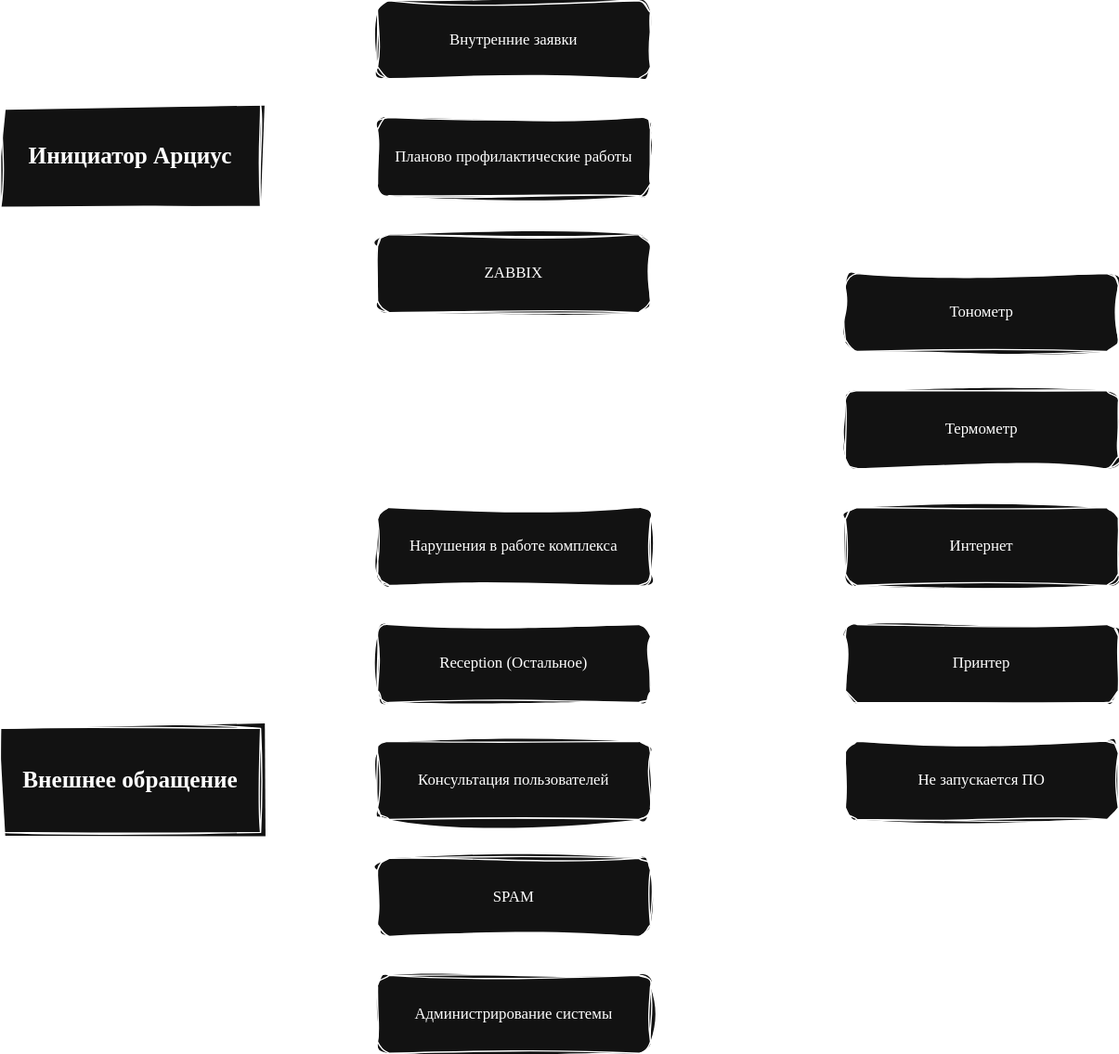
Above: test.drawio.svg in KhatsaevK/drawio (draw.io), before the change. Source tidied: cells renumbered, new cells last; positions are measured from the earlier drawing's top-left corner, leaving out a move shared by most shapes. The source it was exported from:
```xml
<mxGraphModel>
  <root>
    <mxCell id="0" />
    <mxCell id="1" parent="0" />
    <mxCell id="2" style="edgeStyle=orthogonalEdgeStyle;rounded=0;sketch=1;hachureGap=4;jiggle=2;curveFitting=1;jettySize=auto;html=1;exitX=1;exitY=0;exitDx=0;exitDy=0;fontFamily=Architects Daughter;fontSource=https%3A%2F%2Ffonts.googleapis.com%2Fcss%3Ffamily%3DArchitects%2BDaughter;entryX=0;entryY=0.5;entryDx=0;entryDy=0;" parent="1" edge="1" source="5" target="12">
      <mxGeometry relative="1" as="geometry" />
    </mxCell>
    <mxCell id="3" style="edgeStyle=orthogonalEdgeStyle;rounded=0;sketch=1;hachureGap=4;jiggle=2;curveFitting=1;jettySize=auto;html=1;exitX=1;exitY=1;exitDx=0;exitDy=0;fontFamily=Architects Daughter;fontSource=https%3A%2F%2Ffonts.googleapis.com%2Fcss%3Ffamily%3DArchitects%2BDaughter;entryX=0;entryY=0.5;entryDx=0;entryDy=0;" parent="1" edge="1" source="5" target="14">
      <mxGeometry relative="1" as="geometry" />
    </mxCell>
    <mxCell id="4" style="edgeStyle=orthogonalEdgeStyle;rounded=0;sketch=1;hachureGap=4;jiggle=2;curveFitting=1;jettySize=auto;html=1;exitX=1;exitY=0.5;exitDx=0;exitDy=0;entryX=0;entryY=0.5;entryDx=0;entryDy=0;fontFamily=Architects Daughter;fontSource=https%3A%2F%2Ffonts.googleapis.com%2Fcss%3Ffamily%3DArchitects%2BDaughter;" parent="1" edge="1" source="5" target="13">
      <mxGeometry relative="1" as="geometry" />
    </mxCell>
    <mxCell id="5" value="&lt;h2&gt;&lt;font face=&quot;Times New Roman&quot;&gt;Инициатор Арциус&lt;/font&gt;&lt;/h2&gt;" style="rounded=0;whiteSpace=wrap;html=1;sketch=1;hachureGap=4;jiggle=2;curveFitting=1;fontFamily=Architects Daughter;fontSource=https%3A%2F%2Ffonts.googleapis.com%2Fcss%3Ffamily%3DArchitects%2BDaughter;" parent="1" vertex="1">
      <mxGeometry y="80" width="200" height="80" as="geometry" />
    </mxCell>
    <mxCell id="6" style="edgeStyle=orthogonalEdgeStyle;rounded=0;sketch=1;hachureGap=4;jiggle=2;curveFitting=1;jettySize=auto;html=1;exitX=1;exitY=0;exitDx=0;exitDy=0;entryX=0;entryY=0.5;entryDx=0;entryDy=0;fontFamily=Architects Daughter;fontSource=https%3A%2F%2Ffonts.googleapis.com%2Fcss%3Ffamily%3DArchitects%2BDaughter;" parent="1" edge="1" source="11" target="20">
      <mxGeometry relative="1" as="geometry" />
    </mxCell>
    <mxCell id="7" style="edgeStyle=orthogonalEdgeStyle;rounded=0;sketch=1;hachureGap=4;jiggle=2;curveFitting=1;jettySize=auto;html=1;exitX=1;exitY=0.25;exitDx=0;exitDy=0;entryX=0;entryY=0.5;entryDx=0;entryDy=0;fontFamily=Architects Daughter;fontSource=https%3A%2F%2Ffonts.googleapis.com%2Fcss%3Ffamily%3DArchitects%2BDaughter;" parent="1" edge="1" source="11" target="21">
      <mxGeometry relative="1" as="geometry" />
    </mxCell>
    <mxCell id="8" style="edgeStyle=orthogonalEdgeStyle;rounded=0;sketch=1;hachureGap=4;jiggle=2;curveFitting=1;jettySize=auto;html=1;exitX=1;exitY=0.5;exitDx=0;exitDy=0;fontFamily=Architects Daughter;fontSource=https%3A%2F%2Ffonts.googleapis.com%2Fcss%3Ffamily%3DArchitects%2BDaughter;" parent="1" edge="1" source="11" target="22">
      <mxGeometry relative="1" as="geometry" />
    </mxCell>
    <mxCell id="9" style="edgeStyle=orthogonalEdgeStyle;rounded=0;sketch=1;hachureGap=4;jiggle=2;curveFitting=1;jettySize=auto;html=1;exitX=1;exitY=0.75;exitDx=0;exitDy=0;entryX=0;entryY=0.5;entryDx=0;entryDy=0;fontFamily=Architects Daughter;fontSource=https%3A%2F%2Ffonts.googleapis.com%2Fcss%3Ffamily%3DArchitects%2BDaughter;" parent="1" edge="1" source="11" target="23">
      <mxGeometry relative="1" as="geometry" />
    </mxCell>
    <mxCell id="10" style="edgeStyle=orthogonalEdgeStyle;rounded=0;sketch=1;hachureGap=4;jiggle=2;curveFitting=1;jettySize=auto;html=1;exitX=1;exitY=1;exitDx=0;exitDy=0;entryX=0;entryY=0.5;entryDx=0;entryDy=0;fontFamily=Architects Daughter;fontSource=https%3A%2F%2Ffonts.googleapis.com%2Fcss%3Ffamily%3DArchitects%2BDaughter;" parent="1" edge="1" source="11" target="24">
      <mxGeometry relative="1" as="geometry" />
    </mxCell>
    <mxCell id="11" value="&lt;h2&gt;&lt;font face=&quot;Times New Roman&quot;&gt;Внешнее обращение&lt;/font&gt;&lt;/h2&gt;" style="rounded=0;whiteSpace=wrap;html=1;sketch=1;hachureGap=4;jiggle=2;curveFitting=1;fontFamily=Architects Daughter;fontSource=https%3A%2F%2Ffonts.googleapis.com%2Fcss%3Ffamily%3DArchitects%2BDaughter;" parent="1" vertex="1">
      <mxGeometry y="560" width="200" height="80" as="geometry" />
    </mxCell>
    <mxCell id="12" value="Внутренние заявки" style="rounded=1;whiteSpace=wrap;html=1;sketch=1;hachureGap=4;jiggle=2;curveFitting=1;fontFamily=Times New Roman;" parent="1" vertex="1">
      <mxGeometry x="290" width="210" height="60" as="geometry" />
    </mxCell>
    <mxCell id="13" value="Планово профилактические работы" style="rounded=1;whiteSpace=wrap;html=1;sketch=1;hachureGap=4;jiggle=2;curveFitting=1;fontFamily=Times New Roman;" parent="1" vertex="1">
      <mxGeometry x="290" y="90" width="210" height="60" as="geometry" />
    </mxCell>
    <mxCell id="14" value="ZABBIX" style="rounded=1;whiteSpace=wrap;html=1;sketch=1;hachureGap=4;jiggle=2;curveFitting=1;fontFamily=Times New Roman;" parent="1" vertex="1">
      <mxGeometry x="290" y="180" width="210" height="60" as="geometry" />
    </mxCell>
    <mxCell id="15" style="edgeStyle=orthogonalEdgeStyle;rounded=0;sketch=1;hachureGap=4;jiggle=2;curveFitting=1;jettySize=auto;html=1;exitX=1;exitY=0;exitDx=0;exitDy=0;entryX=0;entryY=0.5;entryDx=0;entryDy=0;fontFamily=Architects Daughter;fontSource=https%3A%2F%2Ffonts.googleapis.com%2Fcss%3Ffamily%3DArchitects%2BDaughter;" parent="1" edge="1" source="20" target="25">
      <mxGeometry relative="1" as="geometry">
        <Array as="points">
          <mxPoint x="530" y="390" />
          <mxPoint x="530" y="240" />
        </Array>
      </mxGeometry>
    </mxCell>
    <mxCell id="16" style="edgeStyle=orthogonalEdgeStyle;rounded=0;sketch=1;hachureGap=4;jiggle=2;curveFitting=1;jettySize=auto;html=1;exitX=1;exitY=0.25;exitDx=0;exitDy=0;entryX=0;entryY=0.5;entryDx=0;entryDy=0;fontFamily=Architects Daughter;fontSource=https%3A%2F%2Ffonts.googleapis.com%2Fcss%3Ffamily%3DArchitects%2BDaughter;" parent="1" edge="1" source="20" target="26">
      <mxGeometry relative="1" as="geometry" />
    </mxCell>
    <mxCell id="17" style="edgeStyle=orthogonalEdgeStyle;rounded=0;sketch=1;hachureGap=4;jiggle=2;curveFitting=1;jettySize=auto;html=1;exitX=1;exitY=0.5;exitDx=0;exitDy=0;entryX=0;entryY=0.5;entryDx=0;entryDy=0;fontFamily=Architects Daughter;fontSource=https%3A%2F%2Ffonts.googleapis.com%2Fcss%3Ffamily%3DArchitects%2BDaughter;" parent="1" edge="1" source="20" target="27">
      <mxGeometry relative="1" as="geometry" />
    </mxCell>
    <mxCell id="18" style="edgeStyle=orthogonalEdgeStyle;rounded=0;sketch=1;hachureGap=4;jiggle=2;curveFitting=1;jettySize=auto;html=1;exitX=1;exitY=0.75;exitDx=0;exitDy=0;entryX=0;entryY=0.5;entryDx=0;entryDy=0;fontFamily=Architects Daughter;fontSource=https%3A%2F%2Ffonts.googleapis.com%2Fcss%3Ffamily%3DArchitects%2BDaughter;" parent="1" edge="1" source="20" target="28">
      <mxGeometry relative="1" as="geometry" />
    </mxCell>
    <mxCell id="19" style="edgeStyle=orthogonalEdgeStyle;rounded=0;sketch=1;hachureGap=4;jiggle=2;curveFitting=1;jettySize=auto;html=1;exitX=1;exitY=1;exitDx=0;exitDy=0;entryX=0;entryY=0.5;entryDx=0;entryDy=0;fontFamily=Architects Daughter;fontSource=https%3A%2F%2Ffonts.googleapis.com%2Fcss%3Ffamily%3DArchitects%2BDaughter;" parent="1" edge="1" source="20" target="29">
      <mxGeometry relative="1" as="geometry">
        <Array as="points">
          <mxPoint x="530" y="450" />
          <mxPoint x="530" y="600" />
        </Array>
      </mxGeometry>
    </mxCell>
    <mxCell id="20" value="Нарушения в работе комплекса" style="rounded=1;whiteSpace=wrap;html=1;sketch=1;hachureGap=4;jiggle=2;curveFitting=1;fontFamily=Times New Roman;" parent="1" vertex="1">
      <mxGeometry x="290" y="390" width="210" height="60" as="geometry" />
    </mxCell>
    <mxCell id="21" value="Reception (Остальное)" style="rounded=1;whiteSpace=wrap;html=1;sketch=1;hachureGap=4;jiggle=2;curveFitting=1;fontFamily=Times New Roman;" parent="1" vertex="1">
      <mxGeometry x="290" y="480" width="210" height="60" as="geometry" />
    </mxCell>
    <mxCell id="22" value="Консультация пользователей" style="rounded=1;whiteSpace=wrap;html=1;sketch=1;hachureGap=4;jiggle=2;curveFitting=1;fontFamily=Times New Roman;" parent="1" vertex="1">
      <mxGeometry x="290" y="570" width="210" height="60" as="geometry" />
    </mxCell>
    <mxCell id="23" value="SPAM" style="rounded=1;whiteSpace=wrap;html=1;sketch=1;hachureGap=4;jiggle=2;curveFitting=1;fontFamily=Times New Roman;" parent="1" vertex="1">
      <mxGeometry x="290" y="660" width="210" height="60" as="geometry" />
    </mxCell>
    <mxCell id="24" value="Администрирование системы" style="rounded=1;whiteSpace=wrap;html=1;sketch=1;hachureGap=4;jiggle=2;curveFitting=1;fontFamily=Times New Roman;" parent="1" vertex="1">
      <mxGeometry x="290" y="750" width="210" height="60" as="geometry" />
    </mxCell>
    <mxCell id="25" value="Тонометр" style="rounded=1;whiteSpace=wrap;html=1;sketch=1;hachureGap=4;jiggle=2;curveFitting=1;fontFamily=Times New Roman;" parent="1" vertex="1">
      <mxGeometry x="650" y="210" width="210" height="60" as="geometry" />
    </mxCell>
    <mxCell id="26" value="Термометр" style="rounded=1;whiteSpace=wrap;html=1;sketch=1;hachureGap=4;jiggle=2;curveFitting=1;fontFamily=Times New Roman;" parent="1" vertex="1">
      <mxGeometry x="650" y="300" width="210" height="60" as="geometry" />
    </mxCell>
    <mxCell id="27" value="Интернет" style="rounded=1;whiteSpace=wrap;html=1;sketch=1;hachureGap=4;jiggle=2;curveFitting=1;fontFamily=Times New Roman;" parent="1" vertex="1">
      <mxGeometry x="650" y="390" width="210" height="60" as="geometry" />
    </mxCell>
    <mxCell id="28" value="Принтер" style="rounded=1;whiteSpace=wrap;html=1;sketch=1;hachureGap=4;jiggle=2;curveFitting=1;fontFamily=Times New Roman;" parent="1" vertex="1">
      <mxGeometry x="650" y="480" width="210" height="60" as="geometry" />
    </mxCell>
    <mxCell id="29" value="Не запускается ПО" style="rounded=1;whiteSpace=wrap;html=1;sketch=1;hachureGap=4;jiggle=2;curveFitting=1;fontFamily=Times New Roman;" parent="1" vertex="1">
      <mxGeometry x="650" y="570" width="210" height="60" as="geometry" />
    </mxCell>
  </root>
</mxGraphModel>
```
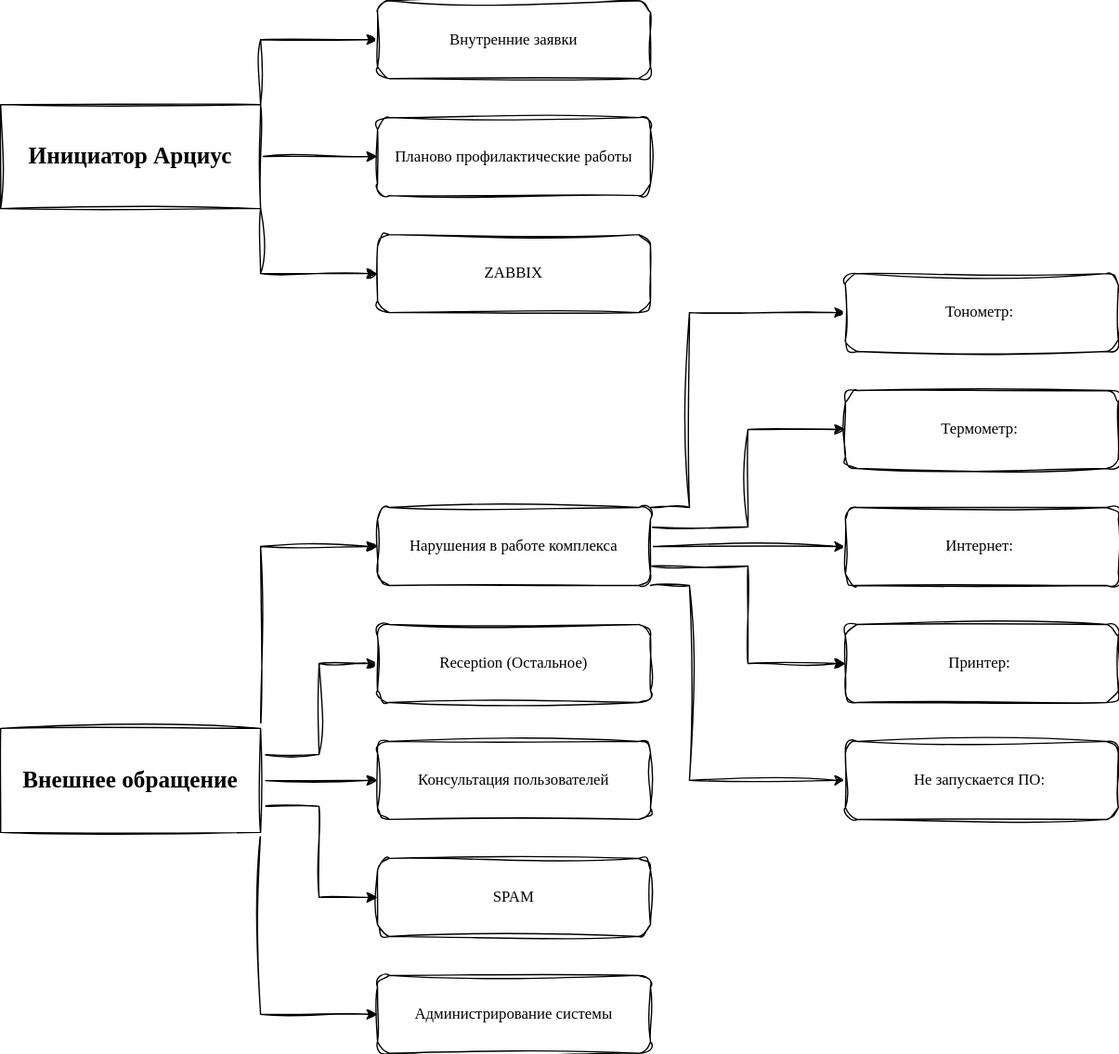
Above is the later version.

Change to the diagram source:
```diff
@@ -41,7 +41,7 @@
     <mxCell id="14" value="ZABBIX" style="rounded=1;whiteSpace=wrap;html=1;sketch=1;hachureGap=4;jiggle=2;curveFitting=1;fontFamily=Times New Roman;" parent="1" vertex="1">
       <mxGeometry x="290" y="180" width="210" height="60" as="geometry" />
     </mxCell>
-    <mxCell id="15" style="edgeStyle=orthogonalEdgeStyle;rounded=0;sketch=1;hachureGap=4;jiggle=2;curveFitting=1;jettySize=auto;html=1;exitX=1;exitY=0;exitDx=0;exitDy=0;entryX=0;entryY=0.5;entryDx=0;entryDy=0;fontFamily=Architects Daughter;fontSource=https%3A%2F%2Ffonts.googleapis.com%2Fcss%3Ffamily%3DArchitects%2BDaughter;" parent="1" edge="1" source="20" target="25">
+    <mxCell id="15" style="edgeStyle=orthogonalEdgeStyle;rounded=0;sketch=1;hachureGap=4;jiggle=2;curveFitting=1;jettySize=auto;html=1;exitX=1;exitY=0;exitDx=0;exitDy=0;entryX=0;entryY=0.5;entryDx=0;entryDy=0;fontFamily=Architects Daughter;fontSource=https%3A%2F%2Ffonts.googleapis.com%2Fcss%3Ffamily%3DArchitects%2BDaughter;" parent="1" edge="1" source="20" target="30">
       <mxGeometry relative="1" as="geometry">
         <Array as="points">
           <mxPoint x="530" y="390" />
@@ -49,16 +49,16 @@
         </Array>
       </mxGeometry>
     </mxCell>
-    <mxCell id="16" style="edgeStyle=orthogonalEdgeStyle;rounded=0;sketch=1;hachureGap=4;jiggle=2;curveFitting=1;jettySize=auto;html=1;exitX=1;exitY=0.25;exitDx=0;exitDy=0;entryX=0;entryY=0.5;entryDx=0;entryDy=0;fontFamily=Architects Daughter;fontSource=https%3A%2F%2Ffonts.googleapis.com%2Fcss%3Ffamily%3DArchitects%2BDaughter;" parent="1" edge="1" source="20" target="26">
+    <mxCell id="16" style="edgeStyle=orthogonalEdgeStyle;rounded=0;sketch=1;hachureGap=4;jiggle=2;curveFitting=1;jettySize=auto;html=1;exitX=1;exitY=0.25;exitDx=0;exitDy=0;entryX=0;entryY=0.5;entryDx=0;entryDy=0;fontFamily=Architects Daughter;fontSource=https%3A%2F%2Ffonts.googleapis.com%2Fcss%3Ffamily%3DArchitects%2BDaughter;" parent="1" edge="1" source="20" target="31">
       <mxGeometry relative="1" as="geometry" />
     </mxCell>
-    <mxCell id="17" style="edgeStyle=orthogonalEdgeStyle;rounded=0;sketch=1;hachureGap=4;jiggle=2;curveFitting=1;jettySize=auto;html=1;exitX=1;exitY=0.5;exitDx=0;exitDy=0;entryX=0;entryY=0.5;entryDx=0;entryDy=0;fontFamily=Architects Daughter;fontSource=https%3A%2F%2Ffonts.googleapis.com%2Fcss%3Ffamily%3DArchitects%2BDaughter;" parent="1" edge="1" source="20" target="27">
+    <mxCell id="17" style="edgeStyle=orthogonalEdgeStyle;rounded=0;sketch=1;hachureGap=4;jiggle=2;curveFitting=1;jettySize=auto;html=1;exitX=1;exitY=0.5;exitDx=0;exitDy=0;entryX=0;entryY=0.5;entryDx=0;entryDy=0;fontFamily=Architects Daughter;fontSource=https%3A%2F%2Ffonts.googleapis.com%2Fcss%3Ffamily%3DArchitects%2BDaughter;" parent="1" edge="1" source="20" target="32">
       <mxGeometry relative="1" as="geometry" />
     </mxCell>
-    <mxCell id="18" style="edgeStyle=orthogonalEdgeStyle;rounded=0;sketch=1;hachureGap=4;jiggle=2;curveFitting=1;jettySize=auto;html=1;exitX=1;exitY=0.75;exitDx=0;exitDy=0;entryX=0;entryY=0.5;entryDx=0;entryDy=0;fontFamily=Architects Daughter;fontSource=https%3A%2F%2Ffonts.googleapis.com%2Fcss%3Ffamily%3DArchitects%2BDaughter;" parent="1" edge="1" source="20" target="28">
+    <mxCell id="18" style="edgeStyle=orthogonalEdgeStyle;rounded=0;sketch=1;hachureGap=4;jiggle=2;curveFitting=1;jettySize=auto;html=1;exitX=1;exitY=0.75;exitDx=0;exitDy=0;entryX=0;entryY=0.5;entryDx=0;entryDy=0;fontFamily=Architects Daughter;fontSource=https%3A%2F%2Ffonts.googleapis.com%2Fcss%3Ffamily%3DArchitects%2BDaughter;" parent="1" edge="1" source="20" target="33">
       <mxGeometry relative="1" as="geometry" />
     </mxCell>
-    <mxCell id="19" style="edgeStyle=orthogonalEdgeStyle;rounded=0;sketch=1;hachureGap=4;jiggle=2;curveFitting=1;jettySize=auto;html=1;exitX=1;exitY=1;exitDx=0;exitDy=0;entryX=0;entryY=0.5;entryDx=0;entryDy=0;fontFamily=Architects Daughter;fontSource=https%3A%2F%2Ffonts.googleapis.com%2Fcss%3Ffamily%3DArchitects%2BDaughter;" parent="1" edge="1" source="20" target="29">
+    <mxCell id="19" style="edgeStyle=orthogonalEdgeStyle;rounded=0;sketch=1;hachureGap=4;jiggle=2;curveFitting=1;jettySize=auto;html=1;exitX=1;exitY=1;exitDx=0;exitDy=0;entryX=0;entryY=0.5;entryDx=0;entryDy=0;fontFamily=Architects Daughter;fontSource=https%3A%2F%2Ffonts.googleapis.com%2Fcss%3Ffamily%3DArchitects%2BDaughter;" parent="1" edge="1" source="20" target="34">
       <mxGeometry relative="1" as="geometry">
         <Array as="points">
           <mxPoint x="530" y="450" />
@@ -81,20 +81,20 @@
     <mxCell id="24" value="Администрирование системы" style="rounded=1;whiteSpace=wrap;html=1;sketch=1;hachureGap=4;jiggle=2;curveFitting=1;fontFamily=Times New Roman;" parent="1" vertex="1">
       <mxGeometry x="290" y="750" width="210" height="60" as="geometry" />
     </mxCell>
-    <mxCell id="25" value="Тонометр" style="rounded=1;whiteSpace=wrap;html=1;sketch=1;hachureGap=4;jiggle=2;curveFitting=1;fontFamily=Times New Roman;" parent="1" vertex="1">
-      <mxGeometry x="650" y="210" width="210" height="60" as="geometry" />
-    </mxCell>
-    <mxCell id="26" value="Термометр" style="rounded=1;whiteSpace=wrap;html=1;sketch=1;hachureGap=4;jiggle=2;curveFitting=1;fontFamily=Times New Roman;" parent="1" vertex="1">
-      <mxGeometry x="650" y="300" width="210" height="60" as="geometry" />
-    </mxCell>
-    <mxCell id="27" value="Интернет" style="rounded=1;whiteSpace=wrap;html=1;sketch=1;hachureGap=4;jiggle=2;curveFitting=1;fontFamily=Times New Roman;" parent="1" vertex="1">
-      <mxGeometry x="650" y="390" width="210" height="60" as="geometry" />
-    </mxCell>
-    <mxCell id="28" value="Принтер" style="rounded=1;whiteSpace=wrap;html=1;sketch=1;hachureGap=4;jiggle=2;curveFitting=1;fontFamily=Times New Roman;" parent="1" vertex="1">
-      <mxGeometry x="650" y="480" width="210" height="60" as="geometry" />
-    </mxCell>
-    <mxCell id="29" value="Не запускается ПО" style="rounded=1;whiteSpace=wrap;html=1;sketch=1;hachureGap=4;jiggle=2;curveFitting=1;fontFamily=Times New Roman;" parent="1" vertex="1">
-      <mxGeometry x="650" y="570" width="210" height="60" as="geometry" />
-    </mxCell>
+    <mxCell id="30" value="Тонометр:&amp;nbsp;" style="rounded=1;whiteSpace=wrap;html=1;sketch=1;hachureGap=4;jiggle=2;curveFitting=1;fontFamily=Times New Roman;" parent="1" vertex="1">
+      <mxGeometry x="650" y="210" width="210" height="60" as="geometry" />
+    </mxCell>
+    <mxCell id="31" value="Термометр:&amp;nbsp;" style="rounded=1;whiteSpace=wrap;html=1;sketch=1;hachureGap=4;jiggle=2;curveFitting=1;fontFamily=Times New Roman;" parent="1" vertex="1">
+      <mxGeometry x="650" y="300" width="210" height="60" as="geometry" />
+    </mxCell>
+    <mxCell id="32" value="Интернет:&amp;nbsp;" style="rounded=1;whiteSpace=wrap;html=1;sketch=1;hachureGap=4;jiggle=2;curveFitting=1;fontFamily=Times New Roman;" parent="1" vertex="1">
+      <mxGeometry x="650" y="390" width="210" height="60" as="geometry" />
+    </mxCell>
+    <mxCell id="33" value="Принтер:&amp;nbsp;" style="rounded=1;whiteSpace=wrap;html=1;sketch=1;hachureGap=4;jiggle=2;curveFitting=1;fontFamily=Times New Roman;" parent="1" vertex="1">
+      <mxGeometry x="650" y="480" width="210" height="60" as="geometry" />
+    </mxCell>
+    <mxCell id="34" value="Не запускается ПО:&amp;nbsp;" style="rounded=1;whiteSpace=wrap;html=1;sketch=1;hachureGap=4;jiggle=2;curveFitting=1;fontFamily=Times New Roman;" parent="1" vertex="1">
+      <mxGeometry x="650" y="570" width="210" height="60" as="geometry" />
+    </mxCell>
   </root>
 </mxGraphModel>
```
